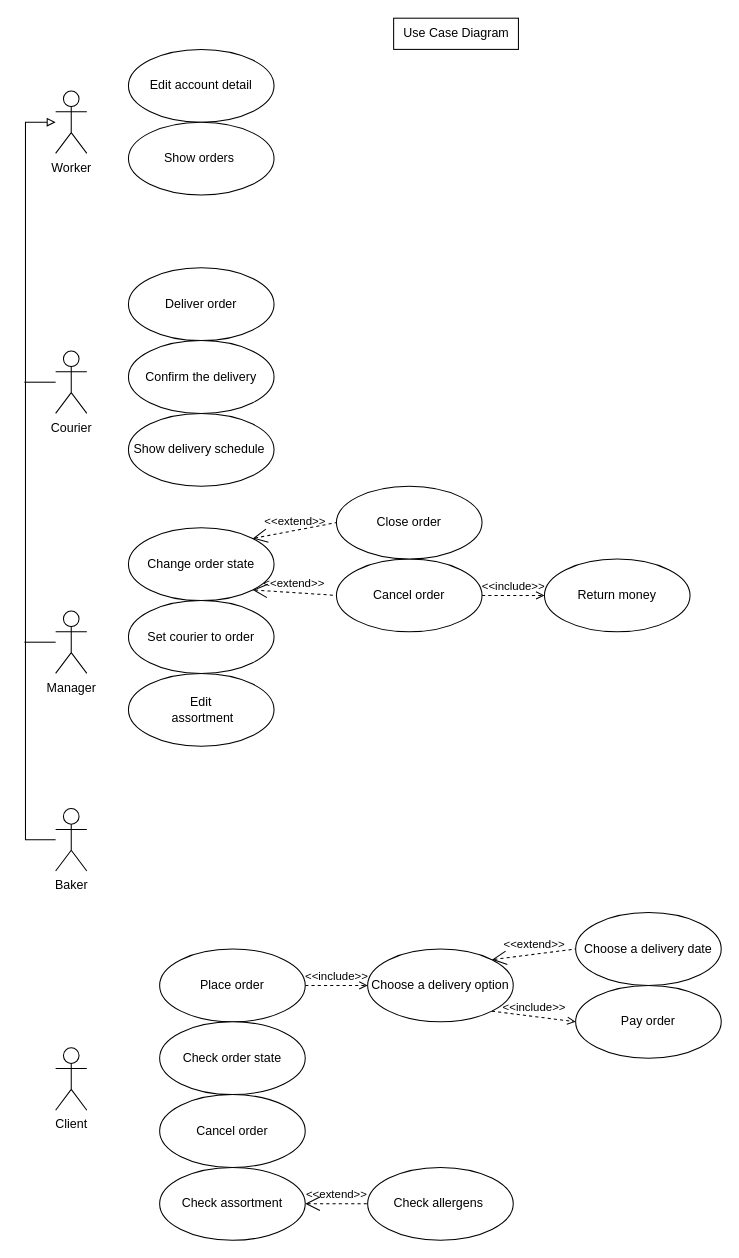
Above: User-cases.drawio in ArturSultanov/ids-proj (draw.io), before the change. Source tidied: cells renumbered, new cells numbered last; positions are measured from the earlier drawing's top-left corner, leaving out a move shared by most shapes. Both pictures are drawn from the tidied source at 104%, with x=0, y=0 at pixel (24, 18).
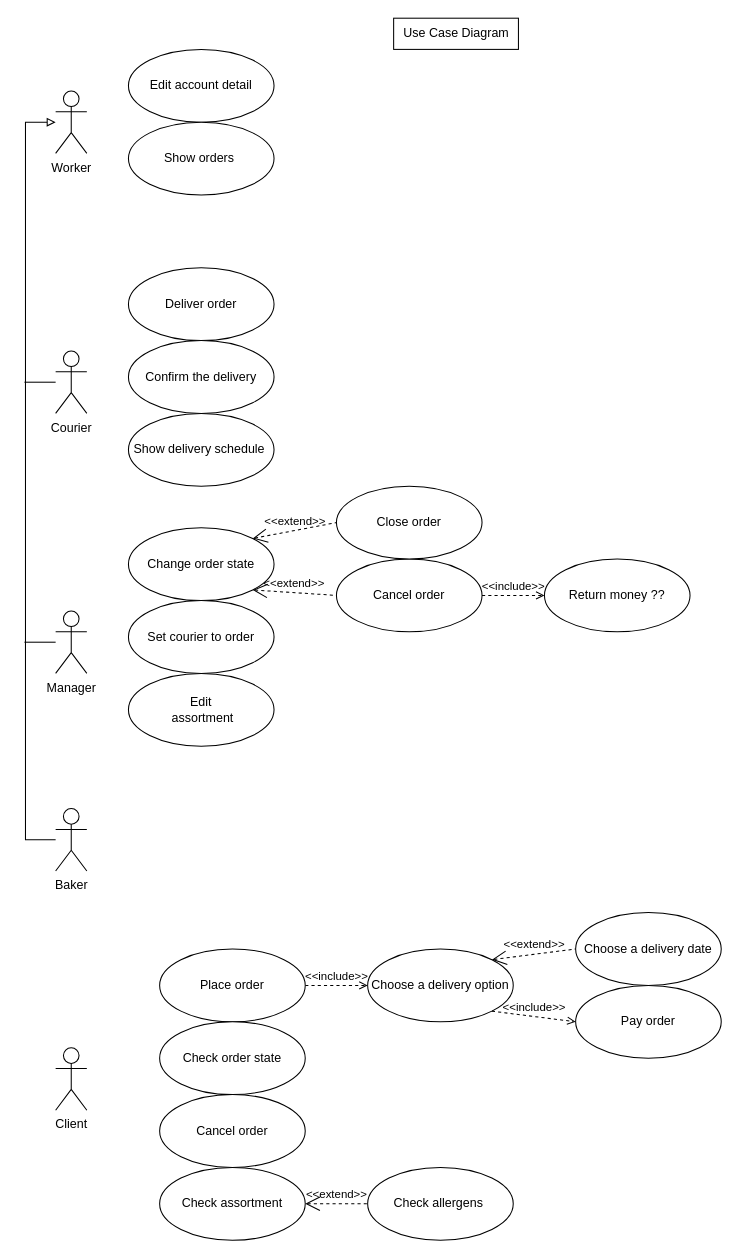
The same diagram, later.

Diff of the diagram source:
```diff
@@
-    <mxCell id="20" value="Return money" style="ellipse;whiteSpace=wrap;html=1;" parent="1" vertex="1">
+    <mxCell id="20" value="Return money ??" style="ellipse;whiteSpace=wrap;html=1;" parent="1" vertex="1">
       <mxGeometry x="500" y="520" width="140" height="70" as="geometry" />
     </mxCell>
```
